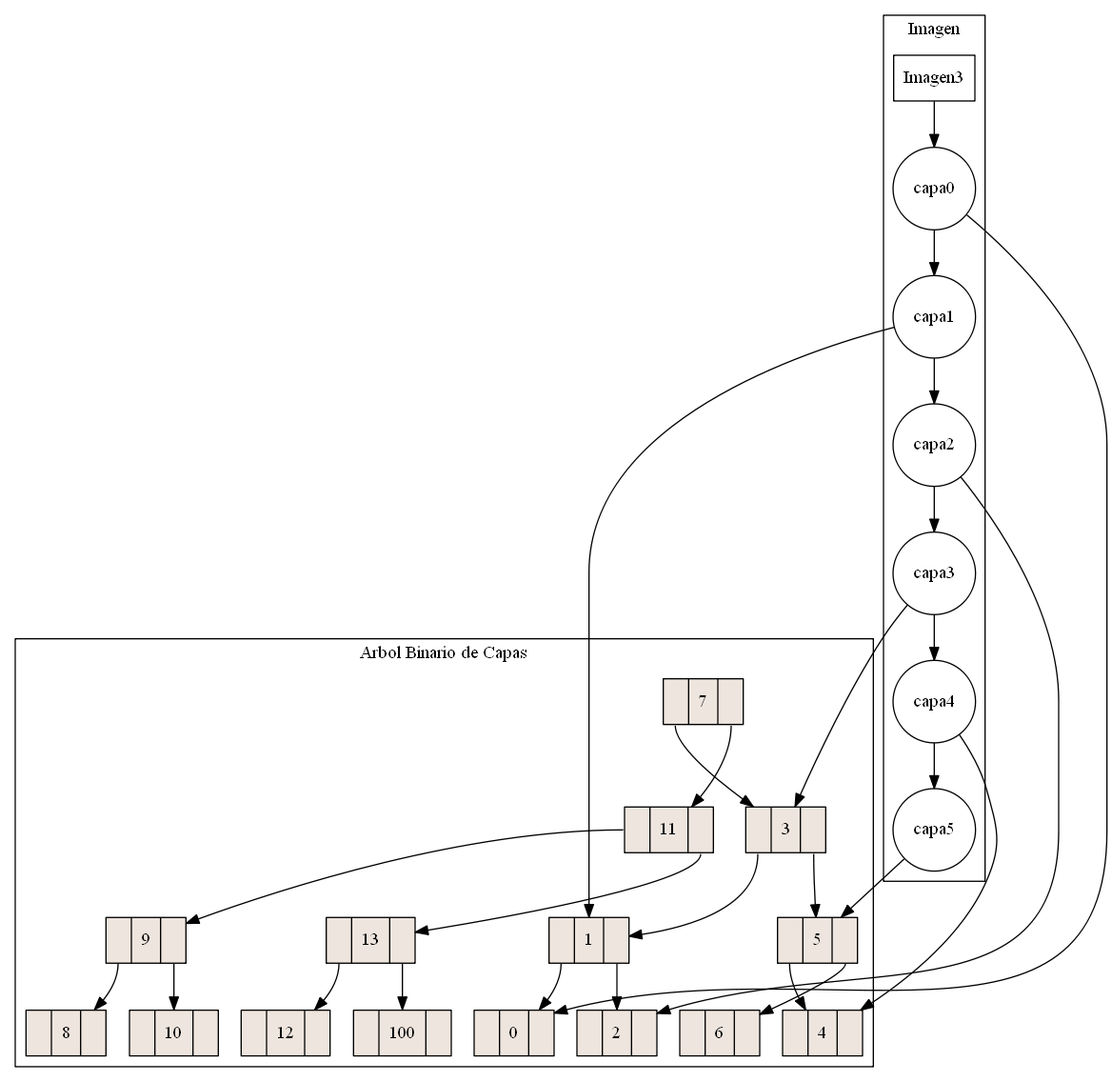
Before: Proyecto1EDD/ImagenYaRBOL.png, a diagram exported from Graphviz (EdsonArmando/Proyecto1EDD). Its source is kept beside it as Proyecto1EDD/ImagenYArbol.dot.
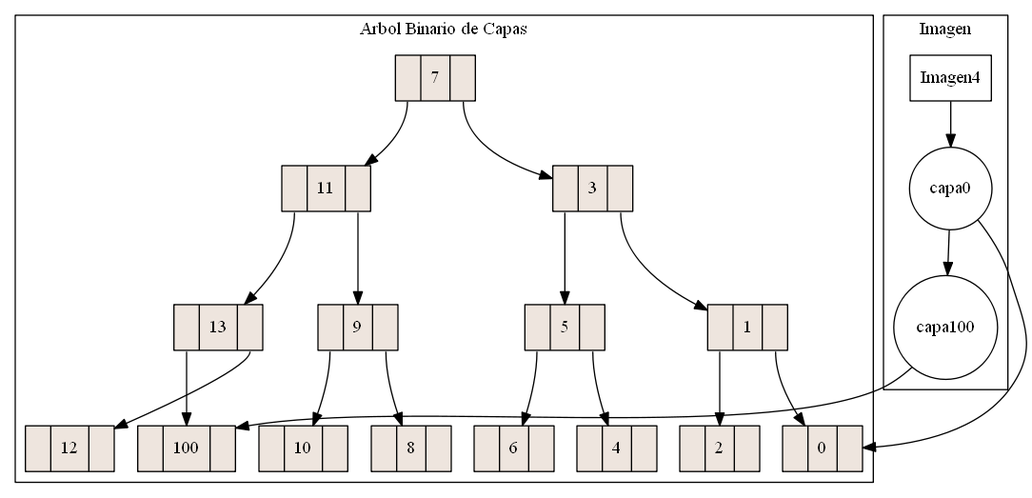
The same diagram one commit later.

Change to the diagram source:
```diff
@@ -4,55 +4,43 @@
  label="Arbol Binario de Capas";
  node [shape = record, style=filled, fillcolor=seashell2];
 nodo7 [ label = "<C0>|7|<C1>"];
+nodo11 [ label = "<C0>|11|<C1>"];
+nodo13 [ label = "<C0>|13|<C1>"];
+nodo100 [ label = "<C0>|100|<C1>"];
+nodo12 [ label = "<C0>|12|<C1>"];
+nodo9 [ label = "<C0>|9|<C1>"];
+nodo10 [ label = "<C0>|10|<C1>"];
+nodo8 [ label = "<C0>|8|<C1>"];
 nodo3 [ label = "<C0>|3|<C1>"];
+nodo5 [ label = "<C0>|5|<C1>"];
+nodo6 [ label = "<C0>|6|<C1>"];
+nodo4 [ label = "<C0>|4|<C1>"];
 nodo1 [ label = "<C0>|1|<C1>"];
+nodo2 [ label = "<C0>|2|<C1>"];
 nodo0 [ label = "<C0>|0|<C1>"];
-nodo2 [ label = "<C0>|2|<C1>"];
-nodo5 [ label = "<C0>|5|<C1>"];
-nodo4 [ label = "<C0>|4|<C1>"];
-nodo6 [ label = "<C0>|6|<C1>"];
-nodo11 [ label = "<C0>|11|<C1>"];
-nodo9 [ label = "<C0>|9|<C1>"];
-nodo8 [ label = "<C0>|8|<C1>"];
-nodo10 [ label = "<C0>|10|<C1>"];
-nodo13 [ label = "<C0>|13|<C1>"];
-nodo12 [ label = "<C0>|12|<C1>"];
-nodo100 [ label = "<C0>|100|<C1>"];
-nodo7:C0->nodo3
-nodo7:C1->nodo11
-nodo3:C0->nodo1
-nodo3:C1->nodo5
-nodo1:C0->nodo0
-nodo1:C1->nodo2
-nodo5:C0->nodo4
-nodo5:C1->nodo6
-nodo11:C0->nodo9
-nodo11:C1->nodo13
-nodo9:C0->nodo8
-nodo9:C1->nodo10
-nodo13:C0->nodo12
-nodo13:C1->nodo100
+nodo7:C0->nodo11
+nodo7:C1->nodo3
+nodo11:C0->nodo13
+nodo11:C1->nodo9
+nodo13:C0->nodo100
+nodo13:C1->nodo12
+nodo9:C0->nodo10
+nodo9:C1->nodo8
+nodo3:C0->nodo5
+nodo3:C1->nodo1
+nodo5:C0->nodo6
+nodo5:C1->nodo4
+nodo1:C0->nodo2
+nodo1:C1->nodo0
 }subgraph cluster_1 {
  label="Imagen";
-  Imagen3 [shape=record]
-Imagen3->capa0
+  Imagen4 [shape=record]
+Imagen4->capa0
 capa0 [shape=circle]
-capa0->capa1
-capa1 [shape=circle]
-capa1->capa2
-capa2 [shape=circle]
-capa2->capa3
-capa3 [shape=circle]
-capa3->capa4
-capa4 [shape=circle]
-capa4->capa5
-capa5 [shape=circle]
+capa0->capa100
+capa100 [shape=circle]
 capa0->nodo0
-capa1->nodo1
-capa2->nodo2
-capa3->nodo3
-capa4->nodo4
-capa5->nodo5
+capa100->nodo100
 
 }
 }
```
